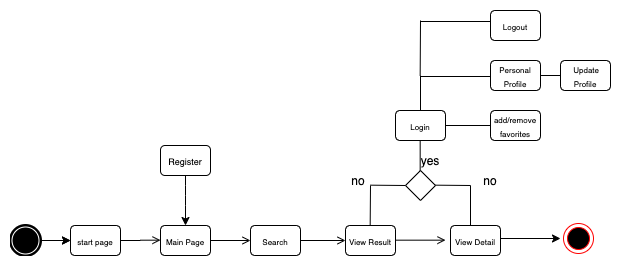
Earlier version of the draw.io export staff/groups/ghibli-group/ghibli-app/documentation/images/ghibli-flow.png (ferrancl/skylab-bootcamp-202001). Source tidied: cells renumbered, new cells last; positions are measured from the earlier drawing's top-left corner, leaving out a move shared by most shapes.
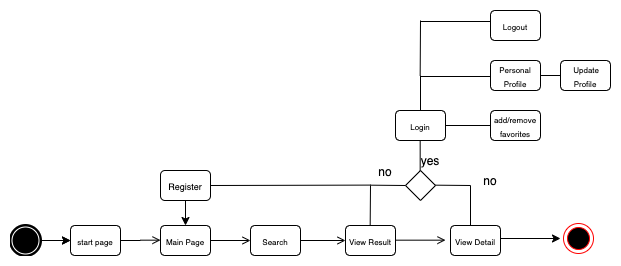
The same file after the commit.

Diff of the diagram source:
```diff
@@ -6,7 +6,7 @@
       <mxGeometry x="480" width="50" height="30" as="geometry" />
     </mxCell>
     <mxCell id="3" value="&lt;font style=&quot;font-size: 9px&quot;&gt;Register&lt;/font&gt;" style="rounded=1;whiteSpace=wrap;html=1;" parent="1" vertex="1">
-      <mxGeometry x="150" y="135" width="50" height="30" as="geometry" />
+      <mxGeometry x="150" y="160" width="50" height="30" as="geometry" />
     </mxCell>
     <mxCell id="4" value="&lt;font style=&quot;font-size: 8px&quot;&gt;Login&lt;/font&gt;" style="rounded=1;whiteSpace=wrap;html=1;direction=west;" parent="1" vertex="1">
       <mxGeometry x="385" y="100" width="50" height="30" as="geometry" />
@@ -47,11 +47,7 @@
       <mxGeometry x="440" y="215" width="50" height="30" as="geometry" />
     </mxCell>
     <mxCell id="15" style="endArrow=classic;html=1;exitX=0.5;exitY=1;exitDx=0;exitDy=0;entryX=0.5;entryY=1;entryDx=0;entryDy=0;" parent="1" edge="1" source="3" target="6">
-      <mxGeometry relative="1" as="geometry">
-        <Array as="points">
-          <mxPoint x="175" y="185" />
-        </Array>
-      </mxGeometry>
+      <mxGeometry relative="1" as="geometry" />
     </mxCell>
     <mxCell id="16" style="edgeStyle=orthogonalEdgeStyle;rounded=0;orthogonalLoop=1;jettySize=auto;html=1;" parent="1" edge="1">
       <mxGeometry relative="1" as="geometry">
@@ -147,7 +143,7 @@
       </mxGeometry>
     </mxCell>
     <mxCell id="36" value="no" style="text;html=1;strokeColor=none;fillColor=none;align=center;verticalAlign=middle;whiteSpace=wrap;rounded=0;" parent="1" vertex="1">
-      <mxGeometry x="328" y="160" width="40" height="20" as="geometry" />
+      <mxGeometry x="355" y="151" width="40" height="20" as="geometry" />
     </mxCell>
     <mxCell id="37" style="endArrow=none;html=1;" parent="1" edge="1">
       <mxGeometry relative="1" as="geometry">
@@ -155,5 +151,10 @@
         <mxPoint x="395" y="175" as="targetPoint" />
       </mxGeometry>
     </mxCell>
+    <mxCell id="38" style="endArrow=none;html=1;exitX=1;exitY=0.5;exitDx=0;exitDy=0;" parent="1" edge="1" source="3">
+      <mxGeometry relative="1" as="geometry">
+        <mxPoint x="360" y="174.6" as="targetPoint" />
+      </mxGeometry>
+    </mxCell>
   </root>
 </mxGraphModel>
```
